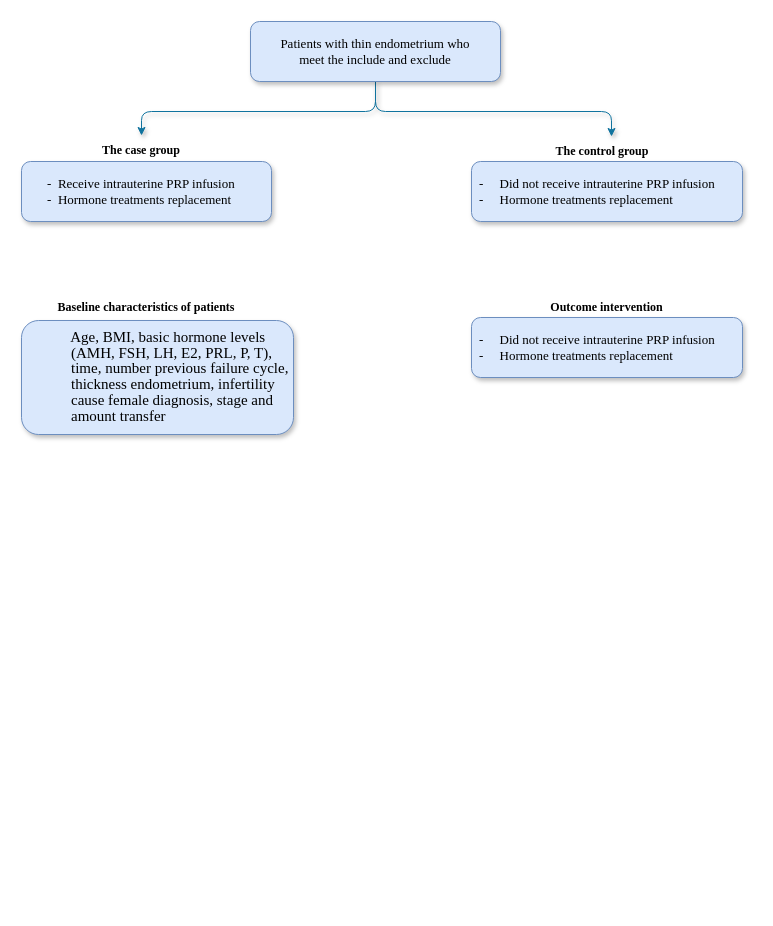
Earlier version of the draw.io diagram images/Untitled Diagram.drawio (Marady-Hun/RiA3). Source tidied: cells renumbered, new cells numbered last; positions are measured from the earlier drawing's top-left corner, leaving out a move shared by most shapes. Both pictures are drawn from the tidied source at 100%, with x=0, y=0 at pixel (21, 21).
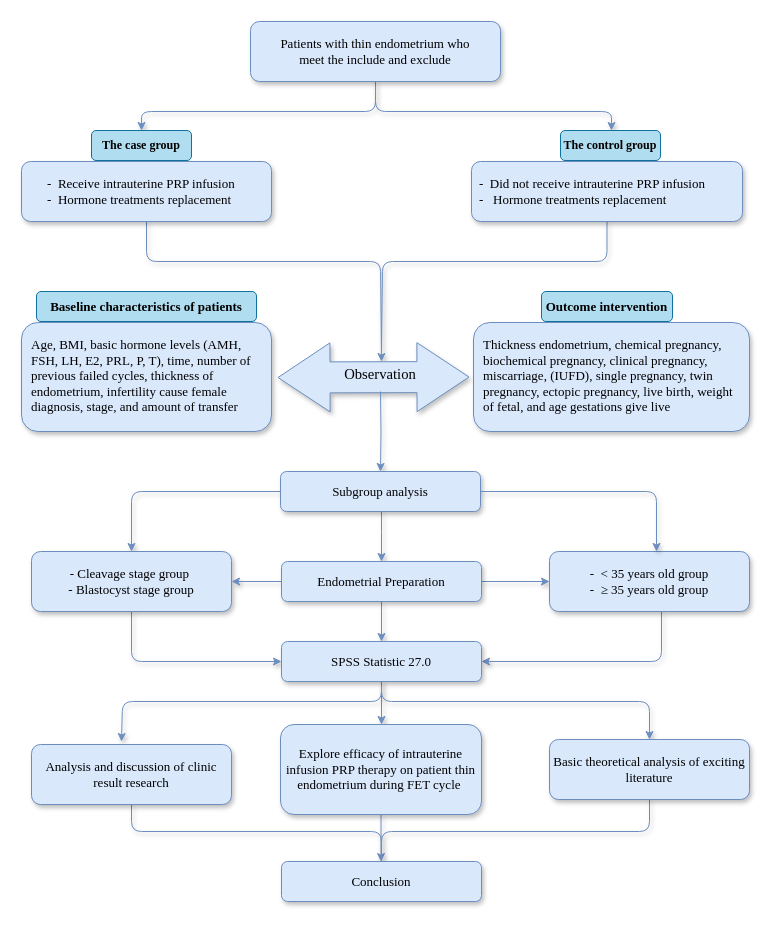
The same page after the edit.

The change refers to these unchanged cells:
```xml
<mxCell id="4" value="&lt;div&gt;Patients with thin endometrium who&lt;/div&gt;&lt;div&gt;meet the include and exclude&lt;/div&gt;" style="rounded=1;whiteSpace=wrap;html=1;hachureGap=4;fontFamily=Times New Roman;fillColor=#dae8fc;strokeColor=#6c8ebf;shadow=1;fontSize=13;" parent="1" vertex="1">
  <mxGeometry x="229" width="250" height="60" as="geometry" />
</mxCell>
<mxCell id="8" value="&lt;p style=&quot;margin: 0cm 0cm 0cm 36pt; line-height: 15.6933px; text-align: start; text-indent: -31.5pt;&quot; class=&quot;MsoListParagraphCxSpFirst&quot;&gt;-&amp;nbsp; Receive intrauterine PRP infusion&amp;nbsp; &amp;nbsp; &amp;nbsp;&lt;/p&gt;&lt;p style=&quot;margin: 0cm 0cm 0cm 36pt; line-height: 15.6933px; text-align: start; text-indent: -31.5pt;&quot; class=&quot;MsoListParagraphCxSpFirst&quot;&gt;-&amp;nbsp; Hormone treatments replacement&lt;/p&gt;" style="whiteSpace=wrap;html=1;fontSize=13;fontFamily=Times New Roman;fillColor=#dae8fc;strokeColor=#6c8ebf;rounded=1;hachureGap=4;shadow=1;spacing=2;flipH=1;flipV=0;verticalAlign=middle;" parent="1" vertex="1">
  <mxGeometry y="140" width="250" height="60" as="geometry" />
</mxCell>
```

What changed in the source:
```diff
@@
-    <mxCell id="2" style="edgeStyle=orthogonalEdgeStyle;rounded=1;hachureGap=4;jettySize=auto;html=1;fontFamily=Architects Daughter;curved=0;shadow=1;fillColor=#b1ddf0;strokeColor=#10739e;entryX=0.5;entryY=0;entryDx=0;entryDy=0;" parent="1" edge="1" source="4" target="5">
+    <mxCell id="2" style="edgeStyle=orthogonalEdgeStyle;rounded=1;hachureGap=4;jettySize=auto;html=1;fontFamily=Architects Daughter;curved=0;shadow=1;fillColor=#dae8fc;strokeColor=#6c8ebf;entryX=0.5;entryY=0;entryDx=0;entryDy=0;" parent="1" edge="1" source="4" target="5">
       <mxGeometry relative="1" as="geometry">
         <Array as="points">
           <mxPoint x="354" y="90" />
           <mxPoint x="120" y="90" />
         </Array>
       </mxGeometry>
     </mxCell>
-    <mxCell id="3" style="edgeStyle=orthogonalEdgeStyle;rounded=1;hachureGap=4;jettySize=auto;html=1;fontFamily=Architects Daughter;curved=0;shadow=1;fillColor=#b1ddf0;strokeColor=#10739e;" parent="1" edge="1" source="4" target="6">
+    <mxCell id="3" style="edgeStyle=orthogonalEdgeStyle;rounded=1;hachureGap=4;jettySize=auto;html=1;fontFamily=Architects Daughter;curved=0;shadow=1;fillColor=#dae8fc;strokeColor=#6c8ebf;" parent="1" edge="1" source="4" target="6">
       <mxGeometry relative="1" as="geometry">
         <Array as="points">
           <mxPoint x="354" y="90" />
           <mxPoint x="590" y="90" />
         </Array>
       </mxGeometry>
     </mxCell>
@@
-    <mxCell id="5" value="The case group" style="text;html=1;align=center;verticalAlign=middle;whiteSpace=wrap;rounded=0;fontFamily=Times New Roman;fontStyle=1;" parent="1" vertex="1">
-      <mxGeometry x="70" y="114" width="100" height="30" as="geometry" />
+    <mxCell id="5" value="The case group" style="text;html=1;align=center;verticalAlign=middle;whiteSpace=wrap;rounded=1;fontFamily=Times New Roman;fontStyle=1;fillColor=#b1ddf0;strokeColor=#10739e;" parent="1" vertex="1">
+      <mxGeometry x="70" y="109" width="100" height="30" as="geometry" />
     </mxCell>
-    <mxCell id="6" value="&lt;span style=&quot;text-align: start; line-height: 15.6933px;&quot; lang=&quot;EN-US&quot;&gt;The control group&lt;/span&gt;&lt;span style=&quot;text-align: start;&quot;&gt;&lt;/span&gt;" style="text;html=1;align=center;verticalAlign=middle;whiteSpace=wrap;rounded=0;fontFamily=Times New Roman;fontStyle=1;fontSize=12;" parent="1" vertex="1">
-      <mxGeometry x="531" y="115" width="100" height="30" as="geometry" />
+    <mxCell id="6" value="&lt;span style=&quot;text-align: start; line-height: 15.6933px;&quot; lang=&quot;EN-US&quot;&gt;The control group&lt;/span&gt;&lt;span style=&quot;text-align: start;&quot;&gt;&lt;/span&gt;" style="text;html=1;align=center;verticalAlign=middle;whiteSpace=wrap;rounded=1;fontFamily=Times New Roman;fontStyle=1;fontSize=12;fillColor=#b1ddf0;strokeColor=#10739e;" parent="1" vertex="1">
+      <mxGeometry x="539" y="109" width="100" height="30" as="geometry" />
     </mxCell>
+    <mxCell id="13" style="edgeStyle=orthogonalEdgeStyle;rounded=1;hachureGap=4;jettySize=auto;html=1;fontFamily=Architects Daughter;curved=0;shadow=1;endArrow=none;startFill=0;fillColor=#dae8fc;strokeColor=#6c8ebf;" parent="1" edge="1" source="7">
+      <mxGeometry relative="1" as="geometry">
+        <mxPoint x="360" y="330" as="targetPoint" />
+        <Array as="points">
+          <mxPoint x="586" y="240" />
+          <mxPoint x="361" y="240" />
+        </Array>
+      </mxGeometry>
+    </mxCell>
-    <mxCell id="7" value="&lt;p style=&quot;margin: 0cm 0cm 0cm 36pt; line-height: 15.6933px; text-indent: -31.5pt;&quot; class=&quot;MsoListParagraphCxSpFirst&quot;&gt;&lt;span lang=&quot;EN-US&quot;&gt;-&lt;span style=&quot;font-variant-numeric: normal; font-variant-east-asian: normal; font-variant-alternates: normal; font-size-adjust: none; font-kerning: auto; font-optical-sizing: auto; font-feature-settings: normal; font-variation-settings: normal; font-variant-position: normal; font-variant-emoji: normal; font-stretch: normal; line-height: normal;&quot;&gt;&amp;nbsp;&amp;nbsp;&amp;nbsp;&amp;nbsp; &lt;/span&gt;&lt;/span&gt;&lt;span lang=&quot;EN-US&quot;&gt;Did not receive intrauterine PRP infusion&lt;/span&gt;&lt;/p&gt;&lt;p style=&quot;margin: 0cm 0cm 8pt 18pt; line-height: 15.6933px; text-indent: -13.5pt;&quot; class=&quot;MsoListParagraphCxSpLast&quot;&gt;&lt;span lang=&quot;EN-US&quot;&gt;-&lt;span style=&quot;font-variant-numeric: normal; font-variant-east-asian: normal; font-variant-alternates: normal; font-size-adjust: none; font-kerning: auto; font-optical-sizing: auto; font-feature-settings: normal; font-variation-settings: normal; font-variant-position: normal; font-variant-emoji: normal; font-stretch: normal; line-height: normal;&quot;&gt;&amp;nbsp;&amp;nbsp;&amp;nbsp;&amp;nbsp; &lt;/span&gt;&lt;/span&gt;&lt;span lang=&quot;EN-US&quot;&gt;Hormone treatments replacement&lt;/span&gt;&lt;/p&gt;" style="whiteSpace=wrap;html=1;fontSize=13;fontFamily=Times New Roman;fillColor=#dae8fc;strokeColor=#6c8ebf;rounded=1;hachureGap=4;shadow=1;spacing=2;flipH=1;flipV=0;verticalAlign=bottom;align=left;" parent="1" vertex="1">
+    <mxCell id="7" value="&lt;p style=&quot;margin: 0cm 0cm 0cm 36pt; line-height: 15.6933px; text-indent: -31.5pt;&quot; class=&quot;MsoListParagraphCxSpFirst&quot;&gt;&lt;span lang=&quot;EN-US&quot;&gt;-&lt;span style=&quot;font-variant-numeric: normal; font-variant-east-asian: normal; font-variant-alternates: normal; font-size-adjust: none; font-kerning: auto; font-optical-sizing: auto; font-feature-settings: normal; font-variation-settings: normal; font-variant-position: normal; font-variant-emoji: normal; font-stretch: normal; line-height: normal;&quot;&gt;&amp;nbsp;&amp;nbsp;&lt;/span&gt;&lt;/span&gt;&lt;span lang=&quot;EN-US&quot;&gt;Did not receive intrauterine PRP infusion&lt;/span&gt;&lt;/p&gt;&lt;p style=&quot;margin: 0cm 0cm 8pt 18pt; line-height: 15.6933px; text-indent: -13.5pt;&quot; class=&quot;MsoListParagraphCxSpLast&quot;&gt;&lt;span lang=&quot;EN-US&quot;&gt;-&lt;span style=&quot;font-variant-numeric: normal; font-variant-east-asian: normal; font-variant-alternates: normal; font-size-adjust: none; font-kerning: auto; font-optical-sizing: auto; font-feature-settings: normal; font-variation-settings: normal; font-variant-position: normal; font-variant-emoji: normal; font-stretch: normal; line-height: normal;&quot;&gt;&amp;nbsp;&amp;nbsp;&amp;nbsp;&lt;/span&gt;&lt;/span&gt;&lt;span lang=&quot;EN-US&quot;&gt;Hormone treatments replacement&lt;/span&gt;&lt;/p&gt;" style="whiteSpace=wrap;html=1;fontSize=13;fontFamily=Times New Roman;fillColor=#dae8fc;strokeColor=#6c8ebf;rounded=1;hachureGap=4;shadow=1;spacing=2;flipH=1;flipV=0;verticalAlign=bottom;align=left;" parent="1" vertex="1">
       <mxGeometry x="450" y="140" width="271" height="60" as="geometry" />
     </mxCell>
+    <mxCell id="14" style="edgeStyle=orthogonalEdgeStyle;rounded=1;hachureGap=4;jettySize=auto;html=1;fontFamily=Architects Daughter;curved=0;shadow=1;fillColor=#dae8fc;strokeColor=#6c8ebf;" parent="1" edge="1" source="8">
+      <mxGeometry relative="1" as="geometry">
+        <mxPoint x="360" y="340" as="targetPoint" />
+        <Array as="points">
+          <mxPoint x="125" y="240" />
+          <mxPoint x="359" y="240" />
+        </Array>
+      </mxGeometry>
+    </mxCell>
@@
-    <mxCell id="9" value="Baseline characteristics of patients" style="text;html=1;align=center;verticalAlign=middle;whiteSpace=wrap;rounded=0;fontFamily=Times New Roman;fontStyle=1;" parent="1" vertex="1">
-      <mxGeometry x="30" y="271" width="190" height="30" as="geometry" />
+    <mxCell id="9" value="Baseline characteristics of patients" style="text;html=1;align=center;verticalAlign=middle;whiteSpace=wrap;rounded=1;fontFamily=Times New Roman;fontStyle=1;fontSize=13;fillColor=#b1ddf0;strokeColor=#10739e;" parent="1" vertex="1">
+      <mxGeometry x="15" y="270" width="220" height="30" as="geometry" />
     </mxCell>
-    <mxCell id="10" value="&lt;span style=&quot;text-align: start; line-height: 15.6933px;&quot; lang=&quot;EN-US&quot;&gt;Outcome intervention&lt;/span&gt;&lt;span style=&quot;text-align: start;&quot;&gt;&lt;/span&gt;" style="text;html=1;align=center;verticalAlign=middle;whiteSpace=wrap;rounded=0;fontFamily=Times New Roman;fontStyle=1;fontSize=12;" parent="1" vertex="1">
-      <mxGeometry x="520" y="271" width="131" height="30" as="geometry" />
+    <mxCell id="10" value="&lt;span lang=&quot;EN-US&quot; style=&quot;text-align: start; line-height: 15.6933px;&quot;&gt;Outcome intervention&lt;/span&gt;&lt;span style=&quot;text-align: start;&quot;&gt;&lt;/span&gt;" style="text;html=1;align=center;verticalAlign=middle;whiteSpace=wrap;rounded=1;fontFamily=Times New Roman;fontStyle=1;fontSize=13;fillColor=#b1ddf0;strokeColor=#10739e;fillStyle=auto;" parent="1" vertex="1">
+      <mxGeometry x="520" y="270" width="131" height="30" as="geometry" />
     </mxCell>
-    <mxCell id="11" value="&lt;p style=&quot;margin: 0cm 0cm 0cm 36pt; line-height: 15.6933px; text-indent: -31.5pt;&quot; class=&quot;MsoListParagraphCxSpFirst&quot;&gt;&lt;span lang=&quot;EN-US&quot;&gt;-&lt;span style=&quot;font-variant-numeric: normal; font-variant-east-asian: normal; font-variant-alternates: normal; font-size-adjust: none; font-kerning: auto; font-optical-sizing: auto; font-feature-settings: normal; font-variation-settings: normal; font-variant-position: normal; font-variant-emoji: normal; font-stretch: normal; line-height: normal;&quot;&gt;&amp;nbsp;&amp;nbsp;&amp;nbsp;&amp;nbsp; &lt;/span&gt;&lt;/span&gt;&lt;span lang=&quot;EN-US&quot;&gt;Did not receive intrauterine PRP infusion&lt;/span&gt;&lt;/p&gt;&lt;p style=&quot;margin: 0cm 0cm 8pt 18pt; line-height: 15.6933px; text-indent: -13.5pt;&quot; class=&quot;MsoListParagraphCxSpLast&quot;&gt;&lt;span lang=&quot;EN-US&quot;&gt;-&lt;span style=&quot;font-variant-numeric: normal; font-variant-east-asian: normal; font-variant-alternates: normal; font-size-adjust: none; font-kerning: auto; font-optical-sizing: auto; font-feature-settings: normal; font-variation-settings: normal; font-variant-position: normal; font-variant-emoji: normal; font-stretch: normal; line-height: normal;&quot;&gt;&amp;nbsp;&amp;nbsp;&amp;nbsp;&amp;nbsp; &lt;/span&gt;&lt;/span&gt;&lt;span lang=&quot;EN-US&quot;&gt;Hormone treatments replacement&lt;/span&gt;&lt;/p&gt;" style="whiteSpace=wrap;html=1;fontSize=13;fontFamily=Times New Roman;fillColor=#dae8fc;strokeColor=#6c8ebf;rounded=1;hachureGap=4;shadow=1;spacing=2;flipH=1;flipV=0;verticalAlign=bottom;align=left;" parent="1" vertex="1">
-      <mxGeometry x="450" y="296" width="271" height="60" as="geometry" />
-    </mxCell>
-    <mxCell id="12" value="&lt;p class=&quot;MsoListParagraphCxSpFirst&quot; style=&quot;margin: 0cm 0cm 0cm 36pt; line-height: 15.6933px; text-indent: -31.5pt;&quot;&gt;&lt;span lang=&quot;EN-US&quot; style=&quot;line-height: 15.6933px; font-family: &amp;quot;Times New Roman&amp;quot;, serif;&quot;&gt;&lt;font style=&quot;font-size: 15px;&quot;&gt;&amp;nbsp; &amp;nbsp; &amp;nbsp; &amp;nbsp; &amp;nbsp; &amp;nbsp;Age, BMI, basic hormone levels (AMH, FSH, LH, E2, PRL, P, T), time, number previous failure cycle, thickness endometrium, infertility cause female diagnosis, stage and amount transfer&lt;/font&gt;&lt;/span&gt;&lt;span style=&quot;font-size: medium; text-indent: 0px;&quot;&gt;&lt;/span&gt;&lt;/p&gt;" style="whiteSpace=wrap;html=1;fontSize=13;fontFamily=Times New Roman;fillColor=#dae8fc;strokeColor=#6c8ebf;rounded=1;hachureGap=4;shadow=1;spacing=2;flipH=1;flipV=0;verticalAlign=middle;align=left;" parent="1" vertex="1">
-      <mxGeometry y="299" width="272" height="114" as="geometry" />
-    </mxCell>
+    <mxCell id="15" value="Thickness endometrium, chemical pregnancy, biochemical pregnancy, clinical pregnancy, miscarriage, (IUFD), single pregnancy, twin pregnancy, ectopic pregnancy, live birth, weight of fetal, and age gestations give live" style="rounded=1;whiteSpace=wrap;html=1;hachureGap=4;fontFamily=Times New Roman;align=left;fillColor=#dae8fc;strokeColor=#6c8ebf;shadow=1;spacing=10;fontSize=13;verticalAlign=top;" parent="1" vertex="1">
+      <mxGeometry x="452" y="301" width="276" height="109" as="geometry" />
+    </mxCell>
+    <mxCell id="16" value="Age, BMI, basic hormone levels (AMH, FSH, LH, E2, PRL, P, T), time, number of previous failed cycles, thickness of endometrium, infertility cause female diagnosis, stage, and amount of transfer" style="rounded=1;whiteSpace=wrap;html=1;hachureGap=4;fontFamily=Times New Roman;align=left;fillColor=#dae8fc;strokeColor=#6c8ebf;shadow=1;spacing=10;fontSize=13;verticalAlign=top;" parent="1" vertex="1">
+      <mxGeometry y="301" width="250" height="109" as="geometry" />
+    </mxCell>
+    <mxCell id="17" style="shape=flexArrow;endArrow=classic;startArrow=classic;html=1;rounded=1;hachureGap=4;fontFamily=Architects Daughter;entryX=0;entryY=0.5;entryDx=0;entryDy=0;width=31;endSize=17.01;startSize=17.01;endWidth=37;startWidth=37;shadow=1;fillColor=#dae8fc;strokeColor=#6c8ebf;" parent="1" edge="1">
+      <mxGeometry relative="1" as="geometry">
+        <mxPoint x="256" y="356" as="sourcePoint" />
+        <mxPoint x="448" y="355.5" as="targetPoint" />
+      </mxGeometry>
+    </mxCell>
+    <mxCell id="18" style="edgeStyle=orthogonalEdgeStyle;rounded=0;hachureGap=4;jettySize=auto;html=1;fontFamily=Architects Daughter;shadow=1;fillColor=#dae8fc;strokeColor=#6c8ebf;" parent="1" edge="1" target="22">
+      <mxGeometry relative="1" as="geometry">
+        <mxPoint x="359" y="370" as="sourcePoint" />
+      </mxGeometry>
+    </mxCell>
+    <mxCell id="19" value="&lt;p class=&quot;MsoNormal&quot; style=&quot;margin: 0cm 0cm 8pt; line-height: 15.6933px; font-size: 11pt; font-family: Calibri, sans-serif; text-align: start;&quot;&gt;&lt;span lang=&quot;EN-US&quot; style=&quot;font-family: &amp;quot;Times New Roman&amp;quot;, serif;&quot;&gt;Observation&lt;/span&gt;&lt;span lang=&quot;EN-US&quot; style=&quot;font-family: &amp;quot;Times New Roman&amp;quot;, serif;&quot;&gt;&lt;/span&gt;&lt;/p&gt;" style="text;html=1;align=center;verticalAlign=middle;whiteSpace=wrap;rounded=0;fontFamily=Architects Daughter;" parent="1" vertex="1">
+      <mxGeometry x="304" y="349" width="110" height="20" as="geometry" />
+    </mxCell>
+    <mxCell id="20" style="edgeStyle=orthogonalEdgeStyle;rounded=0;hachureGap=4;jettySize=auto;html=1;fontFamily=Architects Daughter;shadow=1;fillColor=#dae8fc;strokeColor=#6c8ebf;" parent="1" edge="1" source="22" target="28">
+      <mxGeometry relative="1" as="geometry">
+        <Array as="points">
+          <mxPoint x="360" y="510" />
+          <mxPoint x="360" y="510" />
+        </Array>
+      </mxGeometry>
+    </mxCell>
+    <mxCell id="21" style="edgeStyle=orthogonalEdgeStyle;rounded=1;hachureGap=4;jettySize=auto;html=1;entryX=0.5;entryY=0;entryDx=0;entryDy=0;fontFamily=Architects Daughter;curved=0;shadow=1;fillColor=#dae8fc;strokeColor=#6c8ebf;" parent="1" edge="1" source="22" target="24">
+      <mxGeometry relative="1" as="geometry" />
+    </mxCell>
+    <mxCell id="22" value="Subgroup analysis" style="rounded=1;whiteSpace=wrap;html=1;hachureGap=4;fontFamily=Times New Roman;fillColor=#dae8fc;strokeColor=#6c8ebf;shadow=1;fontSize=13;" parent="1" vertex="1">
+      <mxGeometry x="259" y="450" width="200" height="40" as="geometry" />
+    </mxCell>
+    <mxCell id="23" style="edgeStyle=orthogonalEdgeStyle;rounded=1;hachureGap=4;jettySize=auto;html=1;entryX=0;entryY=0.5;entryDx=0;entryDy=0;fontFamily=Architects Daughter;shadow=1;fillColor=#dae8fc;strokeColor=#6c8ebf;curved=0;" parent="1" edge="1" source="24" target="34">
+      <mxGeometry relative="1" as="geometry">
+        <Array as="points">
+          <mxPoint x="110" y="640" />
+        </Array>
+      </mxGeometry>
+    </mxCell>
+    <mxCell id="24" value="&lt;div&gt;-&amp;nbsp;Cleavage stage group&amp;nbsp;&lt;/div&gt;&lt;div&gt;- Blastocyst stage group&lt;/div&gt;" style="rounded=1;whiteSpace=wrap;html=1;hachureGap=4;fontFamily=Times New Roman;fillColor=#dae8fc;strokeColor=#6c8ebf;shadow=1;fontSize=13;" parent="1" vertex="1">
+      <mxGeometry x="10" y="530" width="200" height="60" as="geometry" />
+    </mxCell>
+    <mxCell id="25" style="edgeStyle=orthogonalEdgeStyle;rounded=0;hachureGap=4;jettySize=auto;html=1;fontFamily=Architects Daughter;shadow=1;fillColor=#dae8fc;strokeColor=#6c8ebf;" parent="1" edge="1" source="28" target="30">
+      <mxGeometry relative="1" as="geometry" />
+    </mxCell>
+    <mxCell id="26" style="edgeStyle=orthogonalEdgeStyle;rounded=1;hachureGap=4;jettySize=auto;html=1;fontFamily=Architects Daughter;curved=0;shadow=1;fillColor=#dae8fc;strokeColor=#6c8ebf;" parent="1" edge="1" source="28" target="24">
+      <mxGeometry relative="1" as="geometry" />
+    </mxCell>
+    <mxCell id="27" style="edgeStyle=orthogonalEdgeStyle;rounded=0;hachureGap=4;jettySize=auto;html=1;fontFamily=Architects Daughter;fillColor=#dae8fc;strokeColor=#6c8ebf;shadow=1;" parent="1" edge="1" source="28" target="34">
+      <mxGeometry relative="1" as="geometry" />
+    </mxCell>
+    <mxCell id="28" value="Endometrial Preparation" style="rounded=1;whiteSpace=wrap;html=1;hachureGap=4;fontFamily=Times New Roman;fillColor=#dae8fc;strokeColor=#6c8ebf;shadow=1;fontSize=13;" parent="1" vertex="1">
+      <mxGeometry x="260" y="540" width="200" height="40" as="geometry" />
+    </mxCell>
+    <mxCell id="29" style="edgeStyle=orthogonalEdgeStyle;rounded=1;hachureGap=4;jettySize=auto;html=1;entryX=1;entryY=0.5;entryDx=0;entryDy=0;fontFamily=Architects Daughter;curved=0;fillColor=#dae8fc;strokeColor=#6c8ebf;shadow=1;" parent="1" edge="1" source="30" target="34">
+      <mxGeometry relative="1" as="geometry">
+        <Array as="points">
+          <mxPoint x="640" y="640" />
+        </Array>
+      </mxGeometry>
+    </mxCell>
+    <mxCell id="30" value="&lt;div&gt;-&amp;nbsp; &amp;lt; 35 years old group&lt;/div&gt;&lt;div&gt;-&amp;nbsp; ≥ 35 years old group&lt;/div&gt;" style="rounded=1;whiteSpace=wrap;html=1;hachureGap=4;fontFamily=Times New Roman;fillColor=#dae8fc;strokeColor=#6c8ebf;shadow=1;fontSize=13;" parent="1" vertex="1">
+      <mxGeometry x="528" y="530" width="200" height="60" as="geometry" />
+    </mxCell>
+    <mxCell id="31" style="edgeStyle=orthogonalEdgeStyle;rounded=0;hachureGap=4;jettySize=auto;html=1;fontFamily=Architects Daughter;shadow=1;fillColor=#dae8fc;strokeColor=#6c8ebf;" parent="1" edge="1" source="34" target="36">
+      <mxGeometry relative="1" as="geometry">
+        <Array as="points">
+          <mxPoint x="360" y="670" />
+          <mxPoint x="360" y="670" />
+        </Array>
+      </mxGeometry>
+    </mxCell>
+    <mxCell id="32" style="edgeStyle=orthogonalEdgeStyle;rounded=1;hachureGap=4;jettySize=auto;html=1;fontFamily=Architects Daughter;curved=0;shadow=1;fillColor=#dae8fc;strokeColor=#6c8ebf;" parent="1" edge="1" source="34">
+      <mxGeometry relative="1" as="geometry">
+        <mxPoint x="100" y="720" as="targetPoint" />
+        <Array as="points">
+          <mxPoint x="360" y="680" />
+          <mxPoint x="101" y="680" />
+        </Array>
+      </mxGeometry>
+    </mxCell>
+    <mxCell id="33" style="edgeStyle=orthogonalEdgeStyle;rounded=1;hachureGap=4;jettySize=auto;html=1;entryX=0.5;entryY=0;entryDx=0;entryDy=0;fontFamily=Architects Daughter;curved=0;shadow=1;fillColor=#dae8fc;strokeColor=#6c8ebf;" parent="1" edge="1" source="34" target="40">
+      <mxGeometry relative="1" as="geometry">
+        <Array as="points">
+          <mxPoint x="360" y="680" />
+          <mxPoint x="628" y="680" />
+        </Array>
+      </mxGeometry>
+    </mxCell>
+    <mxCell id="34" value="SPSS Statistic 27.0" style="rounded=1;whiteSpace=wrap;html=1;hachureGap=4;fontFamily=Times New Roman;fillColor=#dae8fc;strokeColor=#6c8ebf;shadow=1;fontSize=13;" parent="1" vertex="1">
+      <mxGeometry x="260" y="620" width="200" height="40" as="geometry" />
+    </mxCell>
+    <mxCell id="35" style="edgeStyle=orthogonalEdgeStyle;rounded=0;hachureGap=4;jettySize=auto;html=1;fontFamily=Architects Daughter;shadow=1;fillColor=#dae8fc;strokeColor=#6c8ebf;" parent="1" edge="1" source="36" target="42">
+      <mxGeometry relative="1" as="geometry">
+        <Array as="points">
+          <mxPoint x="360" y="817" />
+          <mxPoint x="360" y="817" />
+        </Array>
+      </mxGeometry>
+    </mxCell>
+    <mxCell id="36" value="Explore efficacy of intrauterine infusion PRP therapy on patient thin endometrium during FET cycle&amp;nbsp;" style="rounded=1;whiteSpace=wrap;html=1;hachureGap=4;fontFamily=Times New Roman;fillColor=#dae8fc;strokeColor=#6c8ebf;shadow=1;fontSize=13;" parent="1" vertex="1">
+      <mxGeometry x="259" y="703" width="201" height="90" as="geometry" />
+    </mxCell>
+    <mxCell id="37" style="edgeStyle=orthogonalEdgeStyle;rounded=1;hachureGap=4;jettySize=auto;html=1;fontFamily=Architects Daughter;fillColor=#dae8fc;strokeColor=#6c8ebf;curved=0;shadow=1;endArrow=none;startFill=0;" parent="1" edge="1" source="38">
+      <mxGeometry relative="1" as="geometry">
+        <mxPoint x="360" y="830" as="targetPoint" />
+        <Array as="points">
+          <mxPoint x="110" y="810" />
+          <mxPoint x="360" y="810" />
+        </Array>
+      </mxGeometry>
+    </mxCell>
+    <mxCell id="38" value="Analysis and discussion of clinic result research" style="rounded=1;whiteSpace=wrap;html=1;hachureGap=4;fontFamily=Times New Roman;fillColor=#dae8fc;strokeColor=#6c8ebf;shadow=1;fontSize=13;" parent="1" vertex="1">
+      <mxGeometry x="10" y="723" width="200" height="60" as="geometry" />
+    </mxCell>
+    <mxCell id="39" style="edgeStyle=orthogonalEdgeStyle;rounded=1;hachureGap=4;jettySize=auto;html=1;fontFamily=Architects Daughter;shadow=1;endArrow=none;startFill=0;curved=0;fillColor=#dae8fc;strokeColor=#6c8ebf;" parent="1" edge="1" source="40">
+      <mxGeometry relative="1" as="geometry">
+        <mxPoint x="360" y="840" as="targetPoint" />
+        <Array as="points">
+          <mxPoint x="628" y="810" />
+          <mxPoint x="360" y="810" />
+        </Array>
+      </mxGeometry>
+    </mxCell>
+    <mxCell id="40" value="&lt;div&gt;Basic theoretical analysis of exciting literature&lt;/div&gt;" style="rounded=1;whiteSpace=wrap;html=1;hachureGap=4;fontFamily=Times New Roman;fillColor=#dae8fc;strokeColor=#6c8ebf;shadow=1;fontSize=13;" parent="1" vertex="1">
+      <mxGeometry x="528" y="718" width="200" height="60" as="geometry" />
+    </mxCell>
+    <mxCell id="41" style="edgeStyle=orthogonalEdgeStyle;rounded=1;hachureGap=4;jettySize=auto;html=1;entryX=0.535;entryY=0;entryDx=0;entryDy=0;entryPerimeter=0;fontFamily=Architects Daughter;shadow=1;curved=0;fillColor=#dae8fc;strokeColor=#6c8ebf;" parent="1" edge="1" source="22" target="30">
+      <mxGeometry relative="1" as="geometry" />
+    </mxCell>
+    <mxCell id="42" value="Conclusion" style="rounded=1;whiteSpace=wrap;html=1;hachureGap=4;fontFamily=Times New Roman;fillColor=#dae8fc;strokeColor=#6c8ebf;shadow=1;fontSize=13;" parent="1" vertex="1">
+      <mxGeometry x="260" y="840" width="200" height="40" as="geometry" />
+    </mxCell>
```
